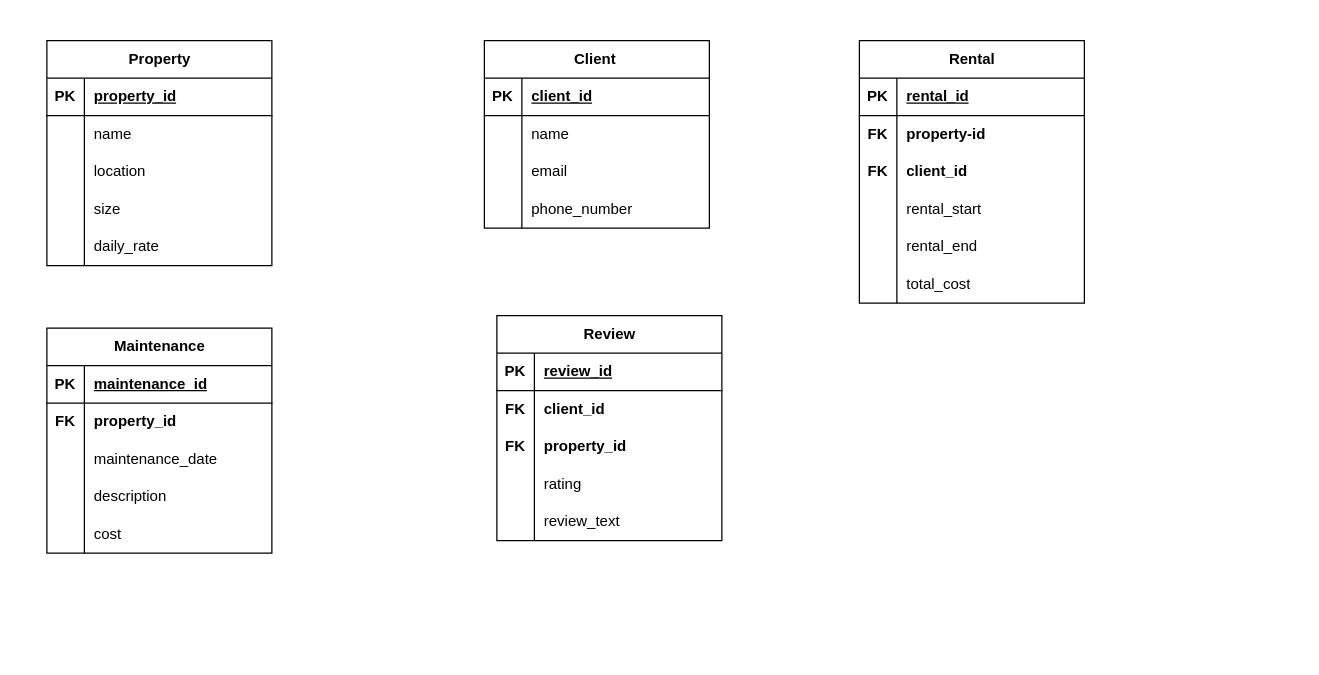
This is Test1.drawio from jorge-102025/ERD, a draw.io file, before an edit. Source tidied: cells renumbered, new cells numbered last; positions are measured from the earlier drawing's top-left corner, leaving out a move shared by most shapes. Both pictures are drawn from the tidied source at 125%, with x=0, y=0 at pixel (46, 40).
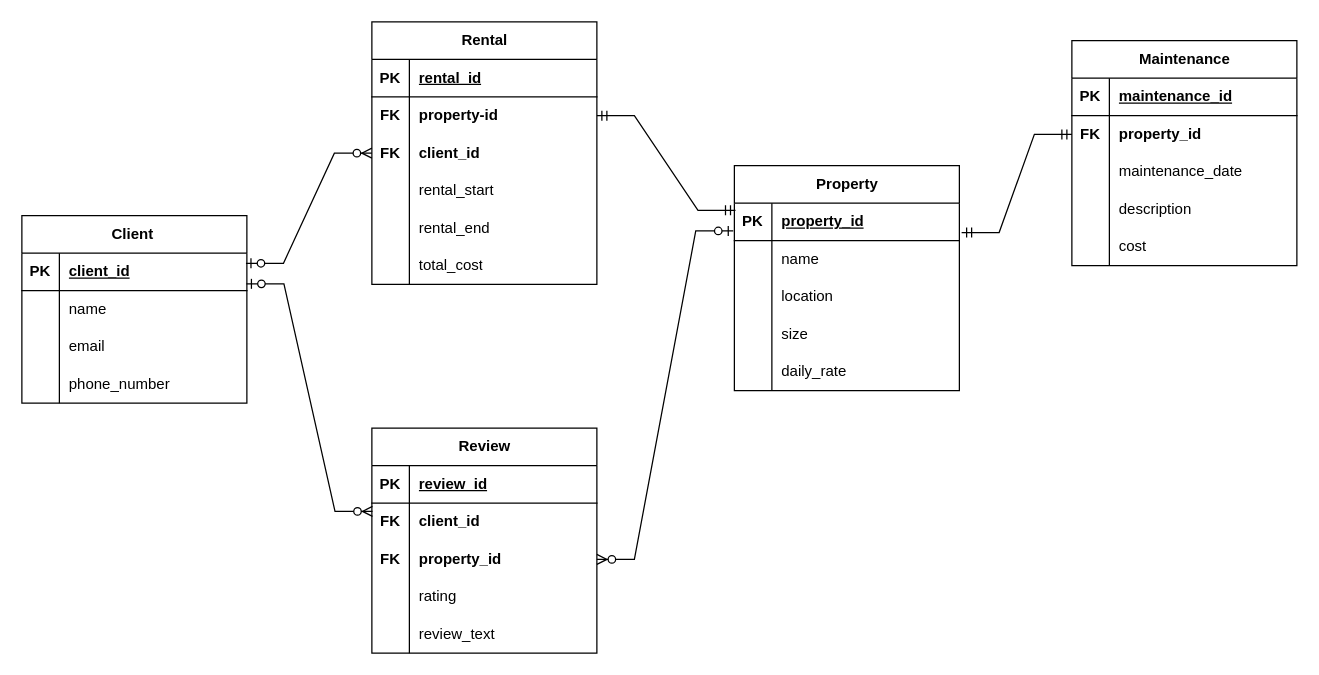
The same page after the edit.

The change refers to these unchanged cells:
```xml
<mxCell id="3" style="shape=tableRow;horizontal=0;startSize=0;swimlaneHead=0;swimlaneBody=0;fillColor=none;points=[[0,0.5],[1,0.5]];portConstraint=eastwest;top=0;left=0;right=0;bottom=1;" parent="2" vertex="1">
  <mxGeometry y="30" width="180" height="30" as="geometry" />
</mxCell>
<mxCell id="22" style="shape=tableRow;horizontal=0;startSize=0;swimlaneHead=0;swimlaneBody=0;fillColor=none;points=[[0,0.5],[1,0.5]];portConstraint=eastwest;top=0;left=0;right=0;bottom=0;" parent="18" vertex="1">
  <mxGeometry y="60" width="180" height="30" as="geometry" />
</mxCell>
<mxCell id="25" style="shape=tableRow;horizontal=0;startSize=0;swimlaneHead=0;swimlaneBody=0;fillColor=none;points=[[0,0.5],[1,0.5]];portConstraint=eastwest;top=0;left=0;right=0;bottom=0;" parent="18" vertex="1">
  <mxGeometry y="90" width="180" height="30" as="geometry" />
</mxCell>
<mxCell id="44" style="shape=tableRow;horizontal=0;startSize=0;swimlaneHead=0;swimlaneBody=0;fillColor=none;points=[[0,0.5],[1,0.5]];portConstraint=eastwest;top=0;left=0;right=0;bottom=0;" parent="37" vertex="1">
  <mxGeometry y="90" width="180" height="30" as="geometry" />
</mxCell>
<mxCell id="57" style="shape=tableRow;horizontal=0;startSize=0;swimlaneHead=0;swimlaneBody=0;fillColor=none;points=[[0,0.5],[1,0.5]];portConstraint=eastwest;top=0;left=0;right=0;bottom=0;" parent="53" vertex="1">
  <mxGeometry y="60" width="180" height="30" as="geometry" />
</mxCell>
<mxCell id="70" style="shape=tableRow;horizontal=0;startSize=0;swimlaneHead=0;swimlaneBody=0;fillColor=none;points=[[0,0.5],[1,0.5]];portConstraint=eastwest;top=0;left=0;right=0;bottom=1;" parent="69" vertex="1">
  <mxGeometry y="30" width="180" height="30" as="geometry" />
</mxCell>
```

Diff of the diagram source:
```diff
@@
     <mxCell id="2" value="Property" style="shape=table;startSize=30;childLayout=tableLayout;rowLines=0;fontStyle=1;align=center;html=1;" parent="1" vertex="1">
-      <mxGeometry width="180" height="180" as="geometry" />
+      <mxGeometry x="550" y="100" width="180" height="180" as="geometry" />
     </mxCell>
@@
     <mxCell id="18" value="Rental" style="shape=table;startSize=30;childLayout=tableLayout;rowLines=0;fontStyle=1;align=center;html=1;" parent="1" vertex="1">
-      <mxGeometry x="650" width="180" height="210" as="geometry" />
+      <mxGeometry x="260" y="-15" width="180" height="210" as="geometry" />
     </mxCell>
@@
     <mxCell id="37" value="Review" style="shape=table;startSize=30;childLayout=tableLayout;rowLines=0;fontStyle=1;align=center;html=1;" parent="1" vertex="1">
-      <mxGeometry x="360" y="220" width="180" height="180" as="geometry" />
+      <mxGeometry x="260" y="310" width="180" height="180" as="geometry" />
     </mxCell>
@@
     <mxCell id="53" value="Maintenance" style="shape=table;startSize=30;childLayout=tableLayout;rowLines=0;fontStyle=1;align=center;html=1;" parent="1" vertex="1">
-      <mxGeometry y="230" width="180" height="180" as="geometry" />
+      <mxGeometry x="820" width="180" height="180" as="geometry" />
     </mxCell>
@@
     <mxCell id="69" value="Client&amp;nbsp;" style="shape=table;startSize=30;childLayout=tableLayout;rowLines=0;fontStyle=1;align=center;html=1;" parent="1" vertex="1">
-      <mxGeometry x="350" width="180" height="150" as="geometry" />
+      <mxGeometry x="-20" y="140" width="180" height="150" as="geometry" />
     </mxCell>
@@
+    <mxCell id="82" style="edgeStyle=entityRelationEdgeStyle;fontSize=12;html=1;endArrow=ERzeroToMany;startArrow=ERzeroToOne;rounded=0;exitX=0.996;exitY=0.27;exitDx=0;exitDy=0;entryX=0;entryY=0.5;entryDx=0;entryDy=0;exitPerimeter=0;" parent="1" edge="1" source="70" target="25">
+      <mxGeometry relative="1" as="geometry" />
+    </mxCell>
+    <mxCell id="83" style="edgeStyle=entityRelationEdgeStyle;fontSize=12;html=1;endArrow=ERmandOne;startArrow=ERmandOne;rounded=0;entryX=0.005;entryY=0.191;entryDx=0;entryDy=0;exitX=1;exitY=0.5;exitDx=0;exitDy=0;entryPerimeter=0;" parent="1" edge="1" source="22" target="3">
+      <mxGeometry relative="1" as="geometry" />
+    </mxCell>
+    <mxCell id="84" style="edgeStyle=entityRelationEdgeStyle;fontSize=12;html=1;endArrow=ERzeroToMany;startArrow=ERzeroToOne;rounded=0;exitX=-0.005;exitY=0.743;exitDx=0;exitDy=0;exitPerimeter=0;entryX=1;entryY=0.5;entryDx=0;entryDy=0;" parent="1" edge="1" source="3" target="44">
+      <mxGeometry relative="1" as="geometry" />
+    </mxCell>
+    <mxCell id="85" style="edgeStyle=entityRelationEdgeStyle;fontSize=12;html=1;endArrow=ERmandOne;startArrow=ERmandOne;rounded=0;entryX=0;entryY=0.5;entryDx=0;entryDy=0;exitX=1.01;exitY=0.784;exitDx=0;exitDy=0;exitPerimeter=0;" parent="1" edge="1" source="3" target="57">
+      <mxGeometry relative="1" as="geometry" />
+    </mxCell>
+    <mxCell id="86" style="edgeStyle=entityRelationEdgeStyle;fontSize=12;html=1;endArrow=ERzeroToMany;startArrow=ERzeroToOne;rounded=0;entryX=-0.003;entryY=0.22;entryDx=0;entryDy=0;entryPerimeter=0;exitX=0.998;exitY=0.819;exitDx=0;exitDy=0;exitPerimeter=0;" parent="1" edge="1" source="70">
+      <mxGeometry relative="1" as="geometry">
+        <mxPoint x="260.5" y="376.6" as="targetPoint" />
+      </mxGeometry>
+    </mxCell>
```
